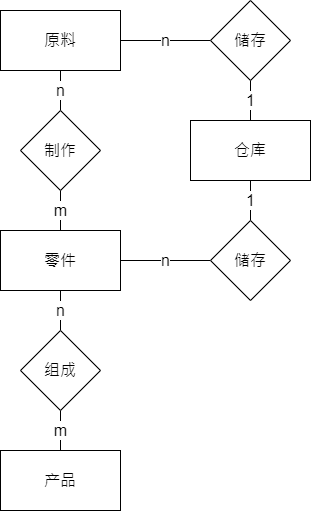
Earlier version of the draw.io export 7.8.drawio.png (VA1ue-0268/-ER-). Source tidied: cells renumbered, new cells last; positions are measured from the earlier drawing's top-left corner, leaving out a move shared by most shapes. Its diagram source:
```xml
<mxGraphModel>
  <root>
    <mxCell id="0" />
    <mxCell id="1" parent="0" />
    <mxCell id="2" value="产品" style="rounded=0;whiteSpace=wrap;html=1;fontSize=16;" parent="1" vertex="1">
      <mxGeometry y="450" width="120" height="60" as="geometry" />
    </mxCell>
    <mxCell id="3" value="n" style="edgeStyle=none;rounded=0;jettySize=auto;html=1;exitX=0.5;exitY=1;exitDx=0;exitDy=0;entryX=0.5;entryY=0;entryDx=0;entryDy=0;fontSize=16;endArrow=none;endFill=0;" parent="1" edge="1" source="4" target="6">
      <mxGeometry relative="1" as="geometry" />
    </mxCell>
    <mxCell id="4" value="零件" style="rounded=0;whiteSpace=wrap;html=1;fontSize=16;" parent="1" vertex="1">
      <mxGeometry y="230" width="120" height="60" as="geometry" />
    </mxCell>
    <mxCell id="5" value="m" style="edgeStyle=none;rounded=0;jettySize=auto;html=1;exitX=0.5;exitY=1;exitDx=0;exitDy=0;entryX=0.5;entryY=0;entryDx=0;entryDy=0;fontSize=16;endArrow=none;endFill=0;" parent="1" edge="1" source="6" target="2">
      <mxGeometry relative="1" as="geometry" />
    </mxCell>
    <mxCell id="6" value="组成" style="rhombus;whiteSpace=wrap;html=1;fontSize=16;" parent="1" vertex="1">
      <mxGeometry x="20" y="330" width="80" height="80" as="geometry" />
    </mxCell>
    <mxCell id="7" value="n" style="edgeStyle=none;rounded=0;jettySize=auto;html=1;exitX=0.5;exitY=1;exitDx=0;exitDy=0;entryX=0.5;entryY=0;entryDx=0;entryDy=0;fontSize=16;endArrow=none;endFill=0;" parent="1" edge="1" source="8" target="10">
      <mxGeometry relative="1" as="geometry" />
    </mxCell>
    <mxCell id="8" value="原料" style="rounded=0;whiteSpace=wrap;html=1;fontSize=16;" parent="1" vertex="1">
      <mxGeometry y="10" width="120" height="60" as="geometry" />
    </mxCell>
    <mxCell id="9" value="m" style="edgeStyle=none;rounded=0;jettySize=auto;html=1;exitX=0.5;exitY=1;exitDx=0;exitDy=0;entryX=0.5;entryY=0;entryDx=0;entryDy=0;fontSize=16;endArrow=none;endFill=0;" parent="1" edge="1" source="10" target="4">
      <mxGeometry relative="1" as="geometry" />
    </mxCell>
    <mxCell id="10" value="制作" style="rhombus;whiteSpace=wrap;html=1;fontSize=16;" parent="1" vertex="1">
      <mxGeometry x="20" y="110" width="80" height="80" as="geometry" />
    </mxCell>
    <mxCell id="11" value="1" style="edgeStyle=none;rounded=0;jettySize=auto;html=1;exitX=0.5;exitY=1;exitDx=0;exitDy=0;entryX=0.5;entryY=0;entryDx=0;entryDy=0;fontSize=16;endArrow=none;endFill=0;" parent="1" edge="1" source="12" target="14">
      <mxGeometry relative="1" as="geometry" />
    </mxCell>
    <mxCell id="12" value="仓库" style="rounded=0;whiteSpace=wrap;html=1;fontSize=16;" parent="1" vertex="1">
      <mxGeometry x="190" y="120" width="120" height="60" as="geometry" />
    </mxCell>
    <mxCell id="13" value="n" style="edgeStyle=none;rounded=0;jettySize=auto;html=1;exitX=0;exitY=0.5;exitDx=0;exitDy=0;entryX=1;entryY=0.5;entryDx=0;entryDy=0;fontSize=16;endArrow=none;endFill=0;" parent="1" edge="1" source="14" target="4">
      <mxGeometry relative="1" as="geometry" />
    </mxCell>
    <mxCell id="14" value="储存" style="rhombus;whiteSpace=wrap;html=1;fontSize=16;" parent="1" vertex="1">
      <mxGeometry x="210" y="220" width="80" height="80" as="geometry" />
    </mxCell>
    <mxCell id="15" value="n" style="edgeStyle=none;rounded=0;jettySize=auto;html=1;exitX=0;exitY=0.5;exitDx=0;exitDy=0;entryX=1;entryY=0.5;entryDx=0;entryDy=0;fontSize=16;endArrow=none;endFill=0;" parent="1" edge="1" source="17" target="8">
      <mxGeometry relative="1" as="geometry" />
    </mxCell>
    <mxCell id="16" value="1" style="edgeStyle=none;rounded=0;jettySize=auto;html=1;exitX=0.5;exitY=1;exitDx=0;exitDy=0;entryX=0.5;entryY=0;entryDx=0;entryDy=0;fontSize=16;endArrow=none;endFill=0;" parent="1" edge="1" source="17" target="12">
      <mxGeometry relative="1" as="geometry" />
    </mxCell>
    <mxCell id="17" value="储存" style="rhombus;whiteSpace=wrap;html=1;fontSize=16;" parent="1" vertex="1">
      <mxGeometry x="210" width="80" height="80" as="geometry" />
    </mxCell>
  </root>
</mxGraphModel>
```
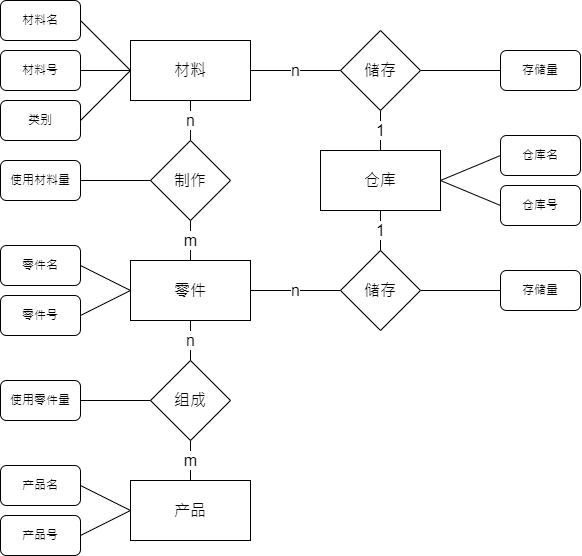
The same diagram one commit later.

Change to the diagram source:
```diff
@@ -20,7 +20,7 @@
     <mxCell id="7" value="n" style="edgeStyle=none;rounded=0;jettySize=auto;html=1;exitX=0.5;exitY=1;exitDx=0;exitDy=0;entryX=0.5;entryY=0;entryDx=0;entryDy=0;fontSize=16;endArrow=none;endFill=0;" parent="1" edge="1" source="8" target="10">
       <mxGeometry relative="1" as="geometry" />
     </mxCell>
-    <mxCell id="8" value="原料" style="rounded=0;whiteSpace=wrap;html=1;fontSize=16;" parent="1" vertex="1">
+    <mxCell id="8" value="材料" style="rounded=0;whiteSpace=wrap;html=1;fontSize=16;" parent="1" vertex="1">
       <mxGeometry y="10" width="120" height="60" as="geometry" />
     </mxCell>
     <mxCell id="9" value="m" style="edgeStyle=none;rounded=0;jettySize=auto;html=1;exitX=0.5;exitY=1;exitDx=0;exitDy=0;entryX=0.5;entryY=0;entryDx=0;entryDy=0;fontSize=16;endArrow=none;endFill=0;" parent="1" edge="1" source="10" target="4">
@@ -38,6 +38,9 @@
     <mxCell id="13" value="n" style="edgeStyle=none;rounded=0;jettySize=auto;html=1;exitX=0;exitY=0.5;exitDx=0;exitDy=0;entryX=1;entryY=0.5;entryDx=0;entryDy=0;fontSize=16;endArrow=none;endFill=0;" parent="1" edge="1" source="14" target="4">
       <mxGeometry relative="1" as="geometry" />
     </mxCell>
+    <mxCell id="18" style="edgeStyle=none;rounded=0;jettySize=auto;html=1;exitX=1;exitY=0.5;exitDx=0;exitDy=0;entryX=0;entryY=0.5;entryDx=0;entryDy=0;endArrow=none;endFill=0;" parent="1" edge="1" source="14" target="42">
+      <mxGeometry relative="1" as="geometry" />
+    </mxCell>
     <mxCell id="14" value="储存" style="rhombus;whiteSpace=wrap;html=1;fontSize=16;" parent="1" vertex="1">
       <mxGeometry x="210" y="220" width="80" height="80" as="geometry" />
     </mxCell>
@@ -47,8 +50,83 @@
     <mxCell id="16" value="1" style="edgeStyle=none;rounded=0;jettySize=auto;html=1;exitX=0.5;exitY=1;exitDx=0;exitDy=0;entryX=0.5;entryY=0;entryDx=0;entryDy=0;fontSize=16;endArrow=none;endFill=0;" parent="1" edge="1" source="17" target="12">
       <mxGeometry relative="1" as="geometry" />
     </mxCell>
+    <mxCell id="19" style="edgeStyle=none;rounded=0;jettySize=auto;html=1;exitX=1;exitY=0.5;exitDx=0;exitDy=0;entryX=0;entryY=0.5;entryDx=0;entryDy=0;endArrow=none;endFill=0;" parent="1" edge="1" source="17" target="43">
+      <mxGeometry relative="1" as="geometry" />
+    </mxCell>
     <mxCell id="17" value="储存" style="rhombus;whiteSpace=wrap;html=1;fontSize=16;" parent="1" vertex="1">
       <mxGeometry x="210" width="80" height="80" as="geometry" />
     </mxCell>
+    <mxCell id="20" style="rounded=0;jettySize=auto;html=1;exitX=1;exitY=0.5;exitDx=0;exitDy=0;entryX=0;entryY=0.5;entryDx=0;entryDy=0;endArrow=none;endFill=0;" parent="1" edge="1" source="21" target="2">
+      <mxGeometry relative="1" as="geometry" />
+    </mxCell>
+    <mxCell id="21" value="产品名" style="rounded=1;whiteSpace=wrap;html=1;" parent="1" vertex="1">
+      <mxGeometry x="-130" y="435" width="80" height="40" as="geometry" />
+    </mxCell>
+    <mxCell id="22" style="edgeStyle=none;rounded=0;jettySize=auto;html=1;exitX=1;exitY=0.5;exitDx=0;exitDy=0;entryX=0;entryY=0.5;entryDx=0;entryDy=0;endArrow=none;endFill=0;" parent="1" edge="1" source="23" target="2">
+      <mxGeometry relative="1" as="geometry" />
+    </mxCell>
+    <mxCell id="23" value="产品号" style="rounded=1;whiteSpace=wrap;html=1;" parent="1" vertex="1">
+      <mxGeometry x="-130" y="485" width="80" height="40" as="geometry" />
+    </mxCell>
+    <mxCell id="24" style="edgeStyle=none;rounded=0;jettySize=auto;html=1;exitX=1;exitY=0.5;exitDx=0;exitDy=0;entryX=0;entryY=0.5;entryDx=0;entryDy=0;endArrow=none;endFill=0;" parent="1" edge="1" source="25" target="4">
+      <mxGeometry relative="1" as="geometry" />
+    </mxCell>
+    <mxCell id="25" value="零件名" style="rounded=1;whiteSpace=wrap;html=1;" parent="1" vertex="1">
+      <mxGeometry x="-130" y="215" width="80" height="40" as="geometry" />
+    </mxCell>
+    <mxCell id="26" style="edgeStyle=none;rounded=0;jettySize=auto;html=1;exitX=1;exitY=0.5;exitDx=0;exitDy=0;entryX=0;entryY=0.5;entryDx=0;entryDy=0;endArrow=none;endFill=0;" parent="1" edge="1" source="27" target="4">
+      <mxGeometry relative="1" as="geometry" />
+    </mxCell>
+    <mxCell id="27" value="零件号" style="rounded=1;whiteSpace=wrap;html=1;" parent="1" vertex="1">
+      <mxGeometry x="-130" y="265" width="80" height="40" as="geometry" />
+    </mxCell>
+    <mxCell id="28" style="edgeStyle=none;rounded=0;jettySize=auto;html=1;exitX=1;exitY=0.5;exitDx=0;exitDy=0;entryX=0;entryY=0.5;entryDx=0;entryDy=0;endArrow=none;endFill=0;" parent="1" edge="1" source="29" target="8">
+      <mxGeometry relative="1" as="geometry" />
+    </mxCell>
+    <mxCell id="29" value="材料名" style="rounded=1;whiteSpace=wrap;html=1;" parent="1" vertex="1">
+      <mxGeometry x="-130" y="-30" width="80" height="40" as="geometry" />
+    </mxCell>
+    <mxCell id="30" style="edgeStyle=none;rounded=0;jettySize=auto;html=1;exitX=1;exitY=0.5;exitDx=0;exitDy=0;entryX=0;entryY=0.5;entryDx=0;entryDy=0;endArrow=none;endFill=0;" parent="1" edge="1" source="31" target="8">
+      <mxGeometry relative="1" as="geometry" />
+    </mxCell>
+    <mxCell id="31" value="材料号" style="rounded=1;whiteSpace=wrap;html=1;" parent="1" vertex="1">
+      <mxGeometry x="-130" y="20" width="80" height="40" as="geometry" />
+    </mxCell>
+    <mxCell id="32" style="edgeStyle=none;rounded=0;jettySize=auto;html=1;exitX=0;exitY=0.5;exitDx=0;exitDy=0;entryX=1;entryY=0.5;entryDx=0;entryDy=0;endArrow=none;endFill=0;" parent="1" edge="1" source="33" target="12">
+      <mxGeometry relative="1" as="geometry" />
+    </mxCell>
+    <mxCell id="33" value="仓库名" style="rounded=1;whiteSpace=wrap;html=1;" parent="1" vertex="1">
+      <mxGeometry x="370" y="105" width="80" height="40" as="geometry" />
+    </mxCell>
+    <mxCell id="34" style="edgeStyle=none;rounded=0;jettySize=auto;html=1;exitX=0;exitY=0.5;exitDx=0;exitDy=0;entryX=1;entryY=0.5;entryDx=0;entryDy=0;endArrow=none;endFill=0;" parent="1" edge="1" source="35" target="12">
+      <mxGeometry relative="1" as="geometry" />
+    </mxCell>
+    <mxCell id="35" value="仓库号" style="rounded=1;whiteSpace=wrap;html=1;" parent="1" vertex="1">
+      <mxGeometry x="370" y="155" width="80" height="40" as="geometry" />
+    </mxCell>
+    <mxCell id="36" style="edgeStyle=none;rounded=0;jettySize=auto;html=1;exitX=1;exitY=0.5;exitDx=0;exitDy=0;entryX=0;entryY=0.5;entryDx=0;entryDy=0;endArrow=none;endFill=0;" parent="1" edge="1" source="37" target="8">
+      <mxGeometry relative="1" as="geometry" />
+    </mxCell>
+    <mxCell id="37" value="类别" style="rounded=1;whiteSpace=wrap;html=1;" parent="1" vertex="1">
+      <mxGeometry x="-130" y="70" width="80" height="40" as="geometry" />
+    </mxCell>
+    <mxCell id="38" style="edgeStyle=none;rounded=0;jettySize=auto;html=1;exitX=1;exitY=0.5;exitDx=0;exitDy=0;entryX=0;entryY=0.5;entryDx=0;entryDy=0;endArrow=none;endFill=0;" parent="1" edge="1" source="39" target="6">
+      <mxGeometry relative="1" as="geometry" />
+    </mxCell>
+    <mxCell id="39" value="使用零件量" style="rounded=1;whiteSpace=wrap;html=1;" parent="1" vertex="1">
+      <mxGeometry x="-130" y="350" width="80" height="40" as="geometry" />
+    </mxCell>
+    <mxCell id="40" style="edgeStyle=none;rounded=0;jettySize=auto;html=1;exitX=1;exitY=0.5;exitDx=0;exitDy=0;entryX=0;entryY=0.5;entryDx=0;entryDy=0;endArrow=none;endFill=0;" parent="1" edge="1" source="41" target="10">
+      <mxGeometry relative="1" as="geometry" />
+    </mxCell>
+    <mxCell id="41" value="使用材料量" style="rounded=1;whiteSpace=wrap;html=1;" parent="1" vertex="1">
+      <mxGeometry x="-130" y="130" width="80" height="40" as="geometry" />
+    </mxCell>
+    <mxCell id="42" value="存储量" style="rounded=1;whiteSpace=wrap;html=1;" parent="1" vertex="1">
+      <mxGeometry x="370" y="240" width="80" height="40" as="geometry" />
+    </mxCell>
+    <mxCell id="43" value="存储量" style="rounded=1;whiteSpace=wrap;html=1;" parent="1" vertex="1">
+      <mxGeometry x="370" y="20" width="80" height="40" as="geometry" />
+    </mxCell>
   </root>
 </mxGraphModel>
```
